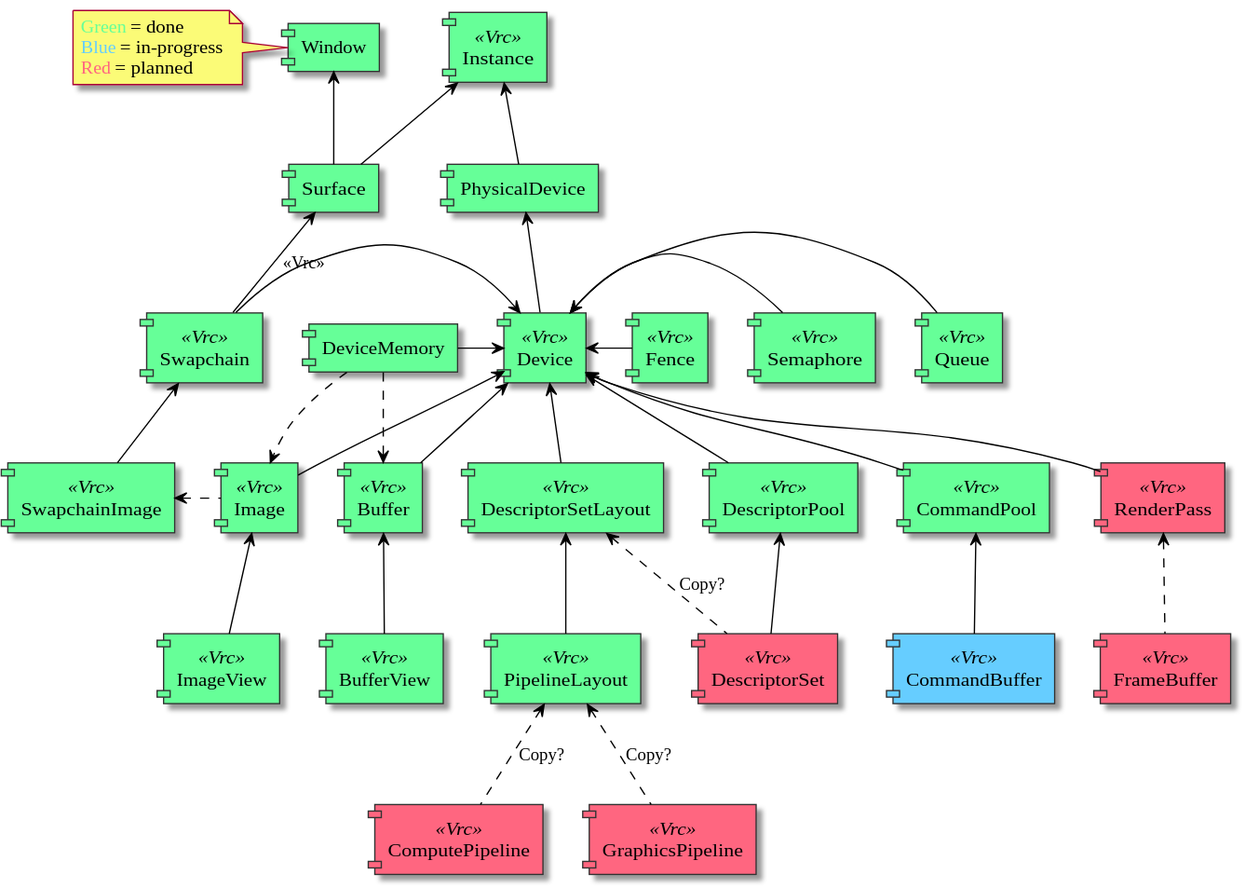
This is assets/diagrams/object_dependency_graph.svg from vulkayes/vulkayes-thesis, a PlantUML export, as it was before one commit.
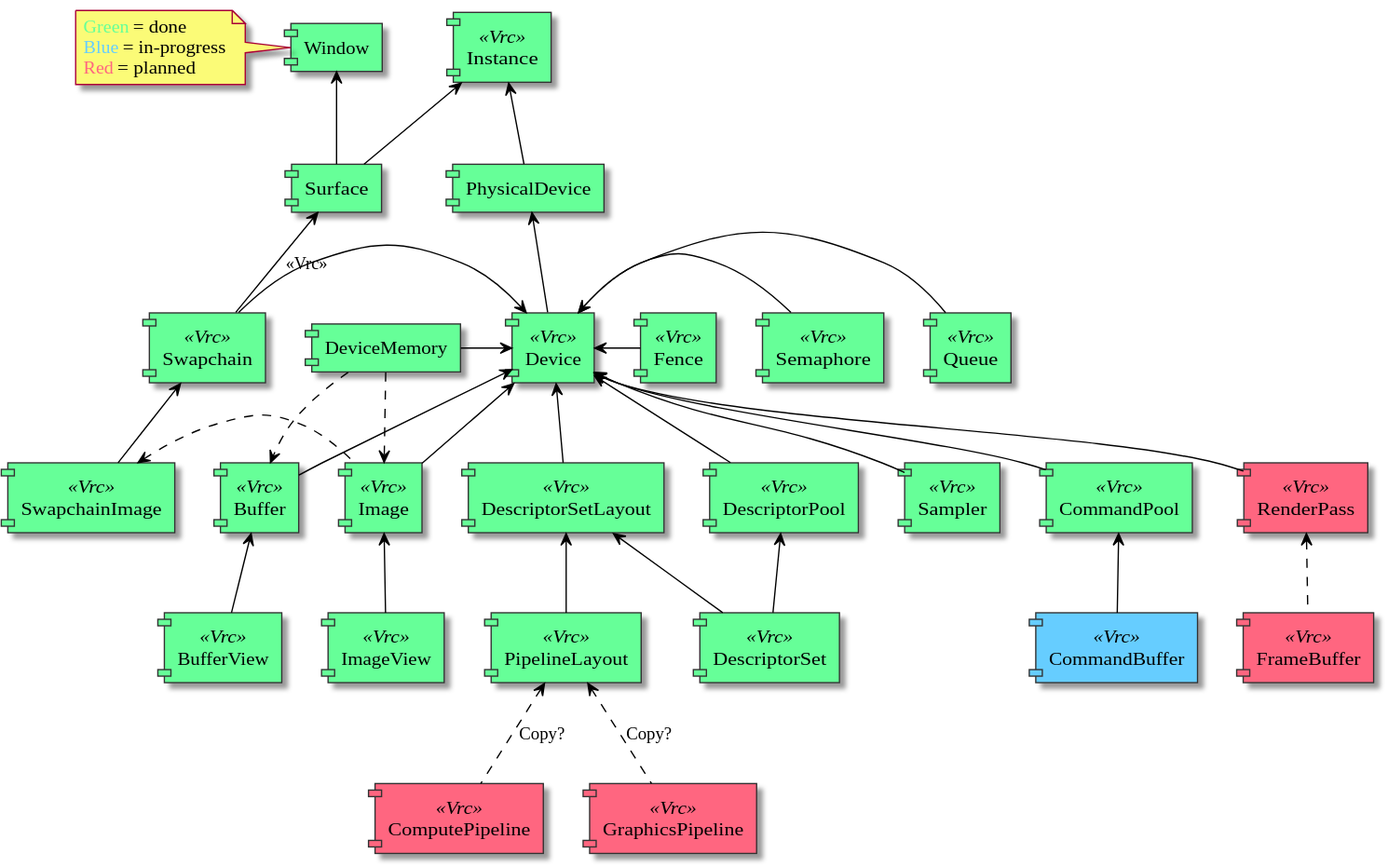
Later version of the same file.

Commit message:
descriptor set + sampler

What changed in the source:
```diff
@@ -30,6 +30,7 @@
 
 component [Image] <<Vrc>> #66FF98
 component [Buffer] <<Vrc>> #66FF98
+component [Sampler] <<Vrc>> #66FF98
 
 component [ImageView] <<Vrc>> #66FF98
 component [BufferView] <<Vrc>> #66FF98
@@ -46,7 +47,7 @@
 component [PipelineLayout] <<Vrc>> #66FF98
 
 component [DescriptorPool] <<Vrc>> #66FF98
-component [DescriptorSet] <<Vrc>> #FF6680
+component [DescriptorSet] <<Vrc>> #66FF98
 
 component [Semaphore] <<Vrc>> #66FF98
 component [Fence] <<Vrc>> #66FF98
@@ -63,6 +64,7 @@
 [DeviceMemory] -> [Device]
 [Device] <-- [Image]
 [Device] <-- [Buffer]
+[Device] <-- [Sampler]
 [Device] <-- [CommandPool]
 [Device] <-- [RenderPass]
 [Device] <-- [DescriptorSetLayout]
@@ -82,7 +84,7 @@
 [CommandPool] <-- [CommandBuffer]
 
 [RenderPass] <.. [FrameBuffer]
-[DescriptorSetLayout] <.. [DescriptorSet] : Copy?
+[DescriptorSetLayout] <-- [DescriptorSet]
 [DescriptorSetLayout] <-- [PipelineLayout]
 [PipelineLayout] <.. [ComputePipeline] : Copy?
 [PipelineLayout] <.. [GraphicsPipeline] : Copy?
```
